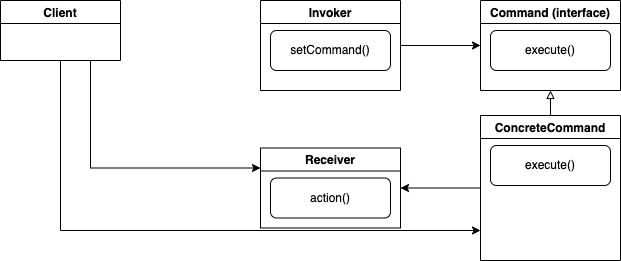
This is Design Patterns/Assets/command_pattern.drawio.png from sidhant293/Essential-Algorithms, a draw.io export, as it was before one commit. Source tidied: cells renumbered, new cells last; positions are measured from the earlier drawing's top-left corner, leaving out a move shared by most shapes.
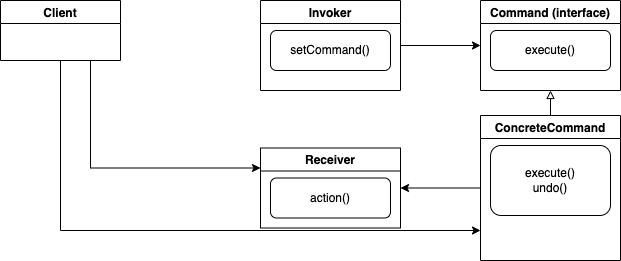
The same diagram one commit later.

What changed in the source:
```diff
@@ -17,8 +17,8 @@
     <mxCell id="6" value="ConcreteCommand" style="swimlane;" parent="1" vertex="1">
       <mxGeometry x="480" y="115" width="140" height="145" as="geometry" />
     </mxCell>
-    <mxCell id="7" value="execute()" style="rounded=1;whiteSpace=wrap;html=1;" parent="6" vertex="1">
-      <mxGeometry x="10" y="30" width="120" height="40" as="geometry" />
+    <mxCell id="7" value="execute()&lt;br&gt;undo()" style="rounded=1;whiteSpace=wrap;html=1;" parent="6" vertex="1">
+      <mxGeometry x="10" y="30" width="120" height="70" as="geometry" />
     </mxCell>
     <mxCell id="8" style="edgeStyle=orthogonalEdgeStyle;rounded=0;jettySize=auto;html=1;exitX=1;exitY=0.5;exitDx=0;exitDy=0;entryX=0;entryY=0.5;entryDx=0;entryDy=0;endArrow=classic;endFill=1;" parent="1" edge="1" source="9" target="2">
       <mxGeometry relative="1" as="geometry" />
```
